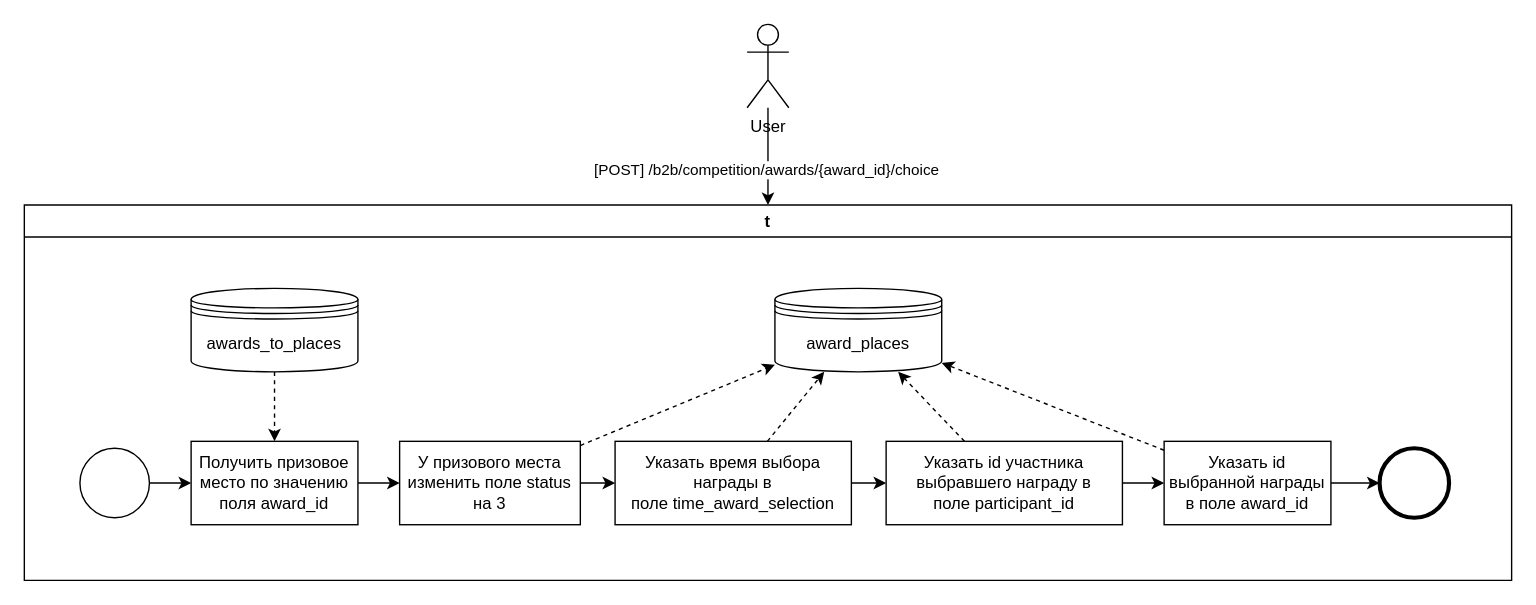
aau8/draw.io keeps this draw.io diagram as page "Выбор награды пользователем" (2 of 5) of Награждение участников.drawio. Above is the earlier version. Source tidied: cells renumbered, new cells numbered last; positions are measured from the earlier drawing's top-left corner, leaving out a move shared by most shapes. Both pictures are drawn from the tidied source at 139%, with x=0, y=0 at pixel (24, 24).
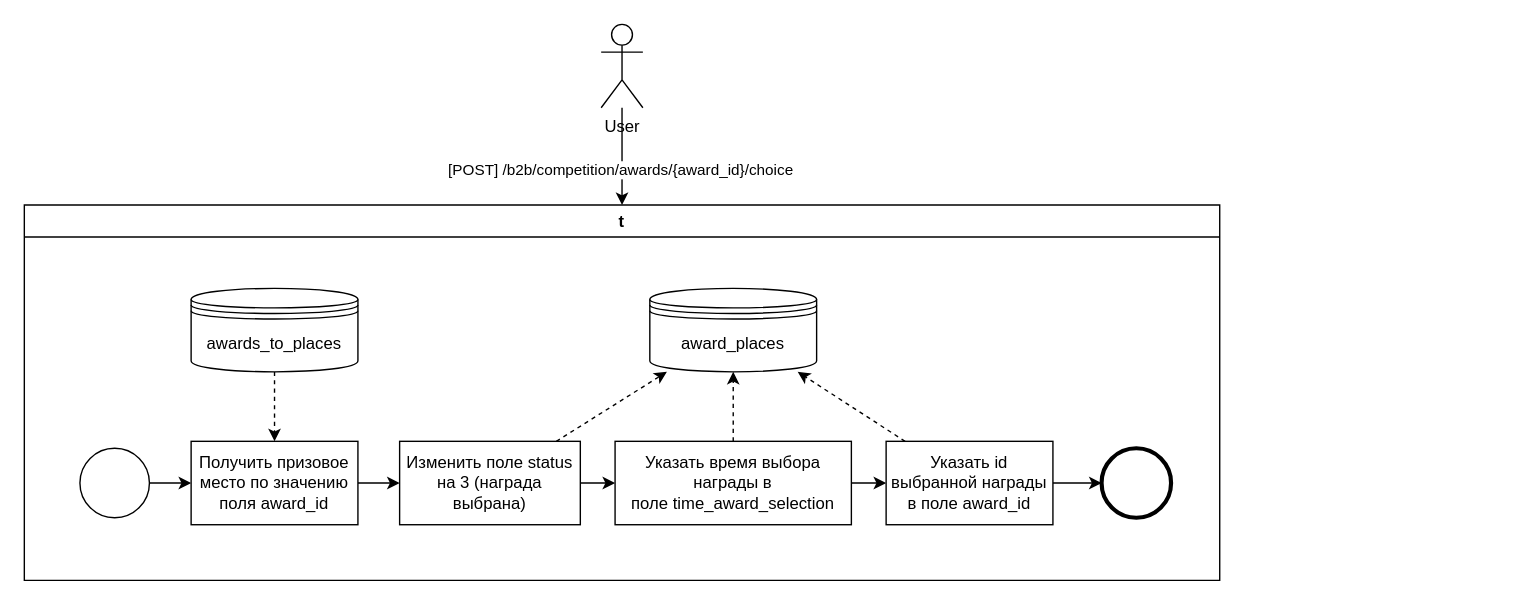
The same page after the edit.

The change refers to these unchanged cells:
```xml
<mxCell id="13" value="Указать время выбора награды в поле&amp;nbsp;time_award_selection&lt;span id=&quot;docs-internal-guid-b141433d-7fff-dfe4-bc93-d50db00a47e1&quot;&gt;&lt;/span&gt;" style="whiteSpace=wrap;html=1;" parent="2" vertex="1">
  <mxGeometry x="425" y="170" width="170" height="60" as="geometry" />
</mxCell>
```

Change to the diagram source:
```diff
@@
     <mxCell id="2" value="t" style="swimlane;whiteSpace=wrap;html=1;startSize=23;" parent="1" vertex="1">
-      <mxGeometry y="130" width="1070" height="270" as="geometry" />
+      <mxGeometry y="130" width="860" height="270" as="geometry" />
     </mxCell>
@@
-    <mxCell id="9" value="У призового места изменить поле status на 3" style="whiteSpace=wrap;html=1;" parent="2" vertex="1">
+    <mxCell id="9" value="Изменить поле status на 3 (награда выбрана)" style="whiteSpace=wrap;html=1;" parent="2" vertex="1">
       <mxGeometry x="270" y="170" width="130" height="60" as="geometry" />
     </mxCell>
     <mxCell id="10" value="award_places" style="shape=datastore;whiteSpace=wrap;html=1;" parent="2" vertex="1">
-      <mxGeometry x="540" y="60" width="120" height="60" as="geometry" />
+      <mxGeometry x="450" y="60" width="120" height="60" as="geometry" />
     </mxCell>
@@
-    <mxCell id="12" style="edgeStyle=orthogonalEdgeStyle;rounded=0;jettySize=auto;html=1;" parent="2" edge="1" source="13" target="16">
+    <mxCell id="12" style="edgeStyle=orthogonalEdgeStyle;rounded=0;jettySize=auto;html=1;entryX=0;entryY=0.5;entryDx=0;entryDy=0;" parent="2" edge="1" source="13" target="19">
       <mxGeometry relative="1" as="geometry" />
     </mxCell>
@@
-    <mxCell id="14" style="rounded=0;jettySize=auto;html=1;dashed=1;" parent="2" edge="1" source="16" target="10">
-      <mxGeometry relative="1" as="geometry" />
-    </mxCell>
-    <mxCell id="15" style="edgeStyle=orthogonalEdgeStyle;rounded=0;jettySize=auto;html=1;" parent="2" edge="1" source="16" target="19">
-      <mxGeometry relative="1" as="geometry" />
-    </mxCell>
-    <mxCell id="16" value="Указать id участника выбравшего награду в поле&amp;nbsp;participant_id&lt;span id=&quot;docs-internal-guid-39f6a38d-7fff-adc0-43c3-ebc3092bd277&quot;&gt;&lt;/span&gt;" style="whiteSpace=wrap;html=1;" parent="2" vertex="1">
-      <mxGeometry x="620" y="170" width="170" height="60" as="geometry" />
-    </mxCell>
@@
     <mxCell id="19" value="Указать id выбранной награды в поле&amp;nbsp;award_id&lt;span id=&quot;docs-internal-guid-7fb51ae2-7fff-5322-aa34-34cc1496793a&quot;&gt;&lt;/span&gt;" style="whiteSpace=wrap;html=1;" parent="2" vertex="1">
-      <mxGeometry x="820" y="170" width="120" height="60" as="geometry" />
+      <mxGeometry x="620" y="170" width="120" height="60" as="geometry" />
     </mxCell>
     <mxCell id="20" style="points=[[0.145,0.145,0],[0.5,0,0],[0.855,0.145,0],[1,0.5,0],[0.855,0.855,0],[0.5,1,0],[0.145,0.855,0],[0,0.5,0]];shape=mxgraph.bpmn.event;html=1;verticalLabelPosition=bottom;labelBackgroundColor=#ffffff;verticalAlign=top;align=center;perimeter=ellipsePerimeter;outlineConnect=0;outline=end;symbol=terminate2;" parent="2" vertex="1">
-      <mxGeometry x="975" y="175" width="50" height="50" as="geometry" />
+      <mxGeometry x="775" y="175" width="50" height="50" as="geometry" />
     </mxCell>
@@
     <mxCell id="25" value="User" style="shape=umlActor;verticalLabelPosition=bottom;verticalAlign=top;html=1;outlineConnect=0;" parent="1" vertex="1">
-      <mxGeometry x="520" width="30" height="60" as="geometry" />
+      <mxGeometry x="415" width="30" height="60" as="geometry" />
     </mxCell>
```
